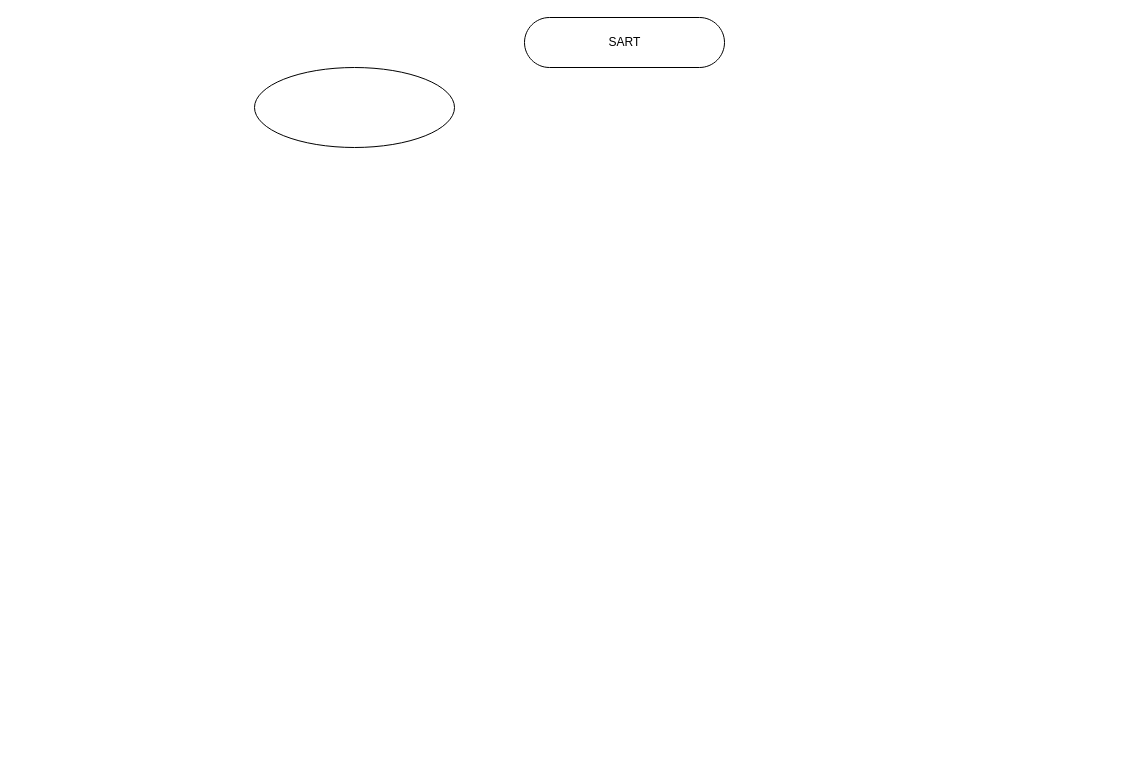
Before: To_Do_Manager_Diagram.drawio in ZannaJ/TODO_Manager, a draw.io diagram. Source tidied: cells renumbered, new cells numbered last; positions are measured from the earlier drawing's top-left corner, leaving out a move shared by most shapes. Both pictures are drawn from the tidied source at 100%, with x=0, y=0 at pixel (254, 17).
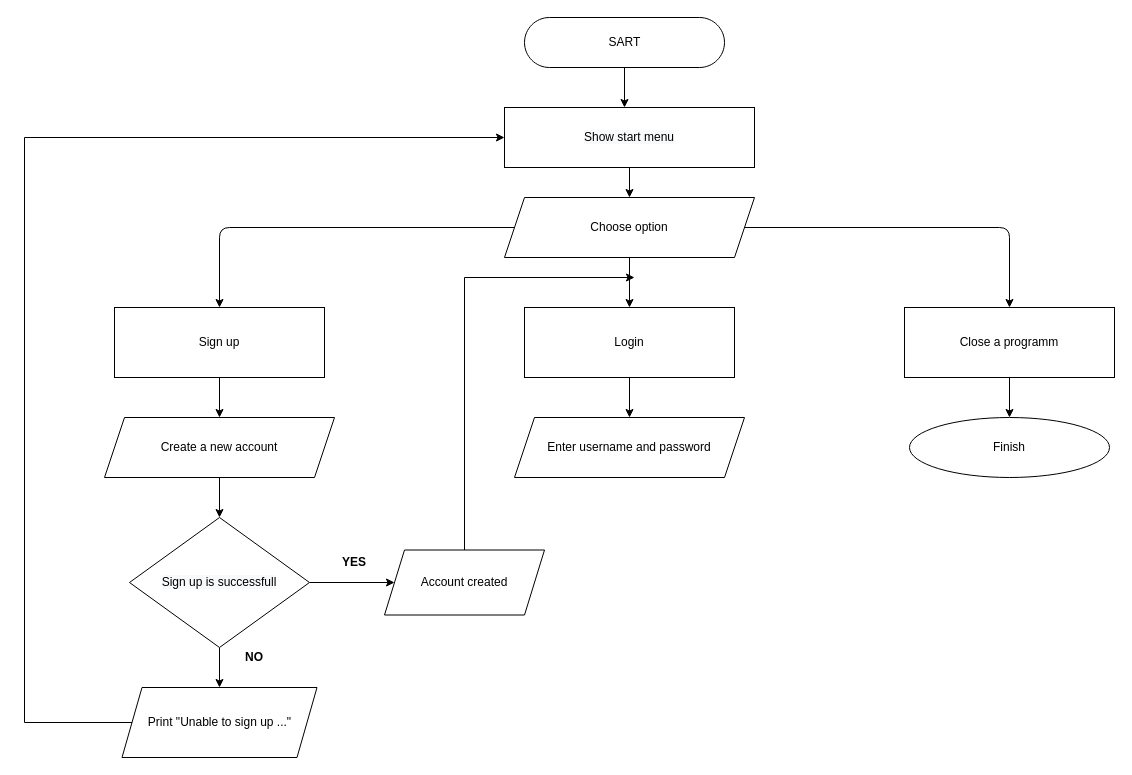
The same page after the edit.

The change refers to these unchanged cells:
```xml
<mxCell id="2" value="SART" style="html=1;dashed=0;whitespace=wrap;shape=mxgraph.dfd.start;" parent="1" vertex="1">
  <mxGeometry x="270" width="200" height="50" as="geometry" />
</mxCell>
```

What changed in the source:
```diff
@@
-    <mxCell id="3" style="ellipse;whiteSpace=wrap;html=1;" parent="1" vertex="1">
-      <mxGeometry y="50" width="200" height="80" as="geometry" />
+    <mxCell id="3" value="Finish" style="ellipse;whiteSpace=wrap;html=1;" parent="1" vertex="1">
+      <mxGeometry x="655" y="400" width="200" height="60" as="geometry" />
     </mxCell>
+    <mxCell id="4" style="endArrow=classic;html=1;exitX=0.5;exitY=0.5;exitDx=0;exitDy=25;exitPerimeter=0;entryX=0.5;entryY=0;entryDx=0;entryDy=0;" parent="1" edge="1" source="2">
+      <mxGeometry relative="1" as="geometry">
+        <mxPoint x="370" y="90" as="targetPoint" />
+      </mxGeometry>
+    </mxCell>
+    <mxCell id="5" style="edgeStyle=orthogonalEdgeStyle;rounded=0;jettySize=auto;html=1;" parent="1" edge="1" source="6" target="7">
+      <mxGeometry relative="1" as="geometry" />
+    </mxCell>
+    <mxCell id="6" value="&#10;&#10;&lt;span style=&quot;color: rgb(0, 0, 0); font-family: helvetica; font-size: 12px; font-style: normal; font-weight: 400; letter-spacing: normal; text-align: center; text-indent: 0px; text-transform: none; word-spacing: 0px; background-color: rgb(248, 249, 250); display: inline; float: none;&quot;&gt;Show start menu&lt;/span&gt;&#10;&#10;" style="rounded=0;whiteSpace=wrap;html=1;" parent="1" vertex="1">
+      <mxGeometry x="250" y="90" width="250" height="60" as="geometry" />
+    </mxCell>
+    <mxCell id="7" value="Choose option" style="shape=parallelogram;perimeter=parallelogramPerimeter;whiteSpace=wrap;html=1;fixedSize=1;" parent="1" vertex="1">
+      <mxGeometry x="250" y="180" width="250" height="60" as="geometry" />
+    </mxCell>
+    <mxCell id="8" style="edgeStyle=orthogonalEdgeStyle;rounded=0;jettySize=auto;html=1;" parent="1" edge="1" source="9" target="16">
+      <mxGeometry relative="1" as="geometry" />
+    </mxCell>
+    <mxCell id="9" value="Sign up" style="rounded=0;whiteSpace=wrap;html=1;" parent="1" vertex="1">
+      <mxGeometry x="-140" y="290" width="210" height="70" as="geometry" />
+    </mxCell>
+    <mxCell id="10" style="edgeStyle=orthogonalEdgeStyle;rounded=0;jettySize=auto;html=1;" parent="1" edge="1" source="11" target="19">
+      <mxGeometry relative="1" as="geometry" />
+    </mxCell>
+    <mxCell id="11" value="Login" style="rounded=0;whiteSpace=wrap;html=1;" parent="1" vertex="1">
+      <mxGeometry x="270" y="290" width="210" height="70" as="geometry" />
+    </mxCell>
+    <mxCell id="12" value="Close a programm" style="rounded=0;whiteSpace=wrap;html=1;" parent="1" vertex="1">
+      <mxGeometry x="650" y="290" width="210" height="70" as="geometry" />
+    </mxCell>
+    <mxCell id="13" style="endArrow=classic;html=1;entryX=0.5;entryY=0;entryDx=0;entryDy=0;exitX=1;exitY=0.5;exitDx=0;exitDy=0;" parent="1" edge="1" source="7" target="12">
+      <mxGeometry relative="1" as="geometry">
+        <Array as="points">
+          <mxPoint x="755" y="210" />
+        </Array>
+      </mxGeometry>
+    </mxCell>
+    <mxCell id="14" style="endArrow=classic;html=1;exitX=0.5;exitY=1;exitDx=0;exitDy=0;" parent="1" edge="1" source="12" target="3">
+      <mxGeometry relative="1" as="geometry" />
+    </mxCell>
+    <mxCell id="15" style="edgeStyle=orthogonalEdgeStyle;rounded=0;jettySize=auto;html=1;" parent="1" edge="1" source="16" target="22">
+      <mxGeometry relative="1" as="geometry" />
+    </mxCell>
+    <mxCell id="16" value="Create a new account" style="shape=parallelogram;perimeter=parallelogramPerimeter;whiteSpace=wrap;html=1;fixedSize=1;" parent="1" vertex="1">
+      <mxGeometry x="-150" y="400" width="230" height="60" as="geometry" />
+    </mxCell>
+    <mxCell id="17" style="endArrow=classic;html=1;exitX=0.5;exitY=1;exitDx=0;exitDy=0;entryX=0.5;entryY=0;entryDx=0;entryDy=0;" parent="1" edge="1" source="7" target="11">
+      <mxGeometry relative="1" as="geometry" />
+    </mxCell>
+    <mxCell id="18" style="endArrow=classic;html=1;entryX=0.5;entryY=0;entryDx=0;entryDy=0;exitX=0;exitY=0.5;exitDx=0;exitDy=0;" parent="1" edge="1" source="7" target="9">
+      <mxGeometry relative="1" as="geometry">
+        <Array as="points">
+          <mxPoint x="-35" y="210" />
+        </Array>
+      </mxGeometry>
+    </mxCell>
+    <mxCell id="19" value="Enter username and password" style="shape=parallelogram;perimeter=parallelogramPerimeter;whiteSpace=wrap;html=1;fixedSize=1;" parent="1" vertex="1">
+      <mxGeometry x="260" y="400" width="230" height="60" as="geometry" />
+    </mxCell>
+    <mxCell id="20" style="edgeStyle=orthogonalEdgeStyle;rounded=0;jettySize=auto;html=1;" parent="1" edge="1" source="22" target="25">
+      <mxGeometry relative="1" as="geometry" />
+    </mxCell>
+    <mxCell id="21" style="edgeStyle=orthogonalEdgeStyle;rounded=0;jettySize=auto;html=1;" parent="1" edge="1" source="22" target="28">
+      <mxGeometry relative="1" as="geometry" />
+    </mxCell>
+    <mxCell id="22" value="&#10;&#10;&lt;span style=&quot;color: rgb(0, 0, 0); font-family: helvetica; font-size: 12px; font-style: normal; font-weight: 400; letter-spacing: normal; text-align: center; text-indent: 0px; text-transform: none; word-spacing: 0px; background-color: rgb(248, 249, 250); display: inline; float: none;&quot;&gt;Sign up is successfull&lt;/span&gt;&#10;&#10;" style="rhombus;whiteSpace=wrap;html=1;" parent="1" vertex="1">
+      <mxGeometry x="-125" y="500" width="180" height="130" as="geometry" />
+    </mxCell>
+    <mxCell id="23" value="&lt;b&gt;YES&lt;/b&gt;" style="text;html=1;strokeColor=none;fillColor=none;align=center;verticalAlign=middle;whiteSpace=wrap;rounded=0;" parent="1" vertex="1">
+      <mxGeometry x="80" y="535" width="40" height="20" as="geometry" />
+    </mxCell>
+    <mxCell id="24" style="edgeStyle=orthogonalEdgeStyle;rounded=0;jettySize=auto;html=1;entryX=0;entryY=0.5;entryDx=0;entryDy=0;" parent="1" edge="1" source="25" target="6">
+      <mxGeometry relative="1" as="geometry">
+        <Array as="points">
+          <mxPoint x="-230" y="705" />
+          <mxPoint x="-230" y="120" />
+        </Array>
+      </mxGeometry>
+    </mxCell>
+    <mxCell id="25" value="Print &quot;Unable to sign up ...&quot;" style="shape=parallelogram;perimeter=parallelogramPerimeter;whiteSpace=wrap;html=1;fixedSize=1;" parent="1" vertex="1">
+      <mxGeometry x="-132.5" y="670" width="195" height="70" as="geometry" />
+    </mxCell>
+    <mxCell id="26" value="&lt;b&gt;NO&lt;/b&gt;" style="text;html=1;strokeColor=none;fillColor=none;align=center;verticalAlign=middle;whiteSpace=wrap;rounded=0;" parent="1" vertex="1">
+      <mxGeometry x="-20" y="630" width="40" height="20" as="geometry" />
+    </mxCell>
+    <mxCell id="27" style="edgeStyle=orthogonalEdgeStyle;rounded=0;jettySize=auto;html=1;" parent="1" edge="1" source="28">
+      <mxGeometry relative="1" as="geometry">
+        <mxPoint x="380" y="260" as="targetPoint" />
+        <Array as="points">
+          <mxPoint x="210" y="260" />
+        </Array>
+      </mxGeometry>
+    </mxCell>
+    <mxCell id="28" value="Account created" style="shape=parallelogram;perimeter=parallelogramPerimeter;whiteSpace=wrap;html=1;fixedSize=1;" parent="1" vertex="1">
+      <mxGeometry x="130" y="532.5" width="160" height="65" as="geometry" />
+    </mxCell>
```
